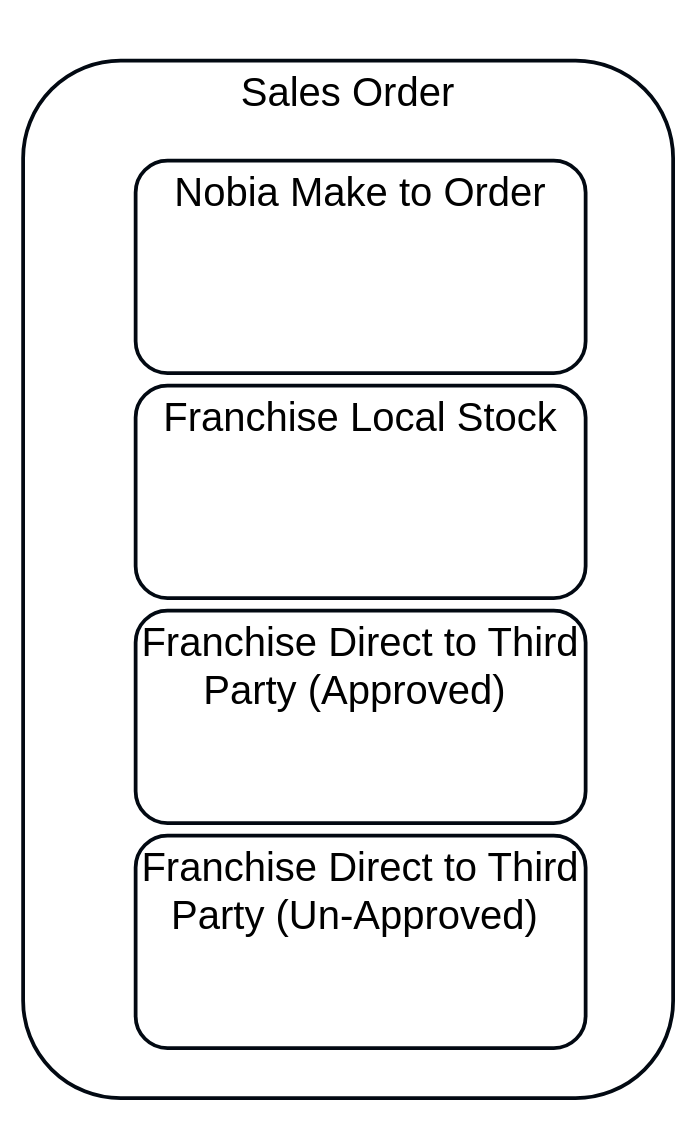
Above: page "Page-9" (13 of 13) of Franchise.drawio in mrf742002/Diagrams (draw.io), before the change. Source tidied: cells renumbered, new cells numbered last; positions are measured from the earlier drawing's top-left corner, leaving out a move shared by most shapes. Both pictures are drawn from the tidied source at 125%, with x=0, y=0 at pixel (22, 60).
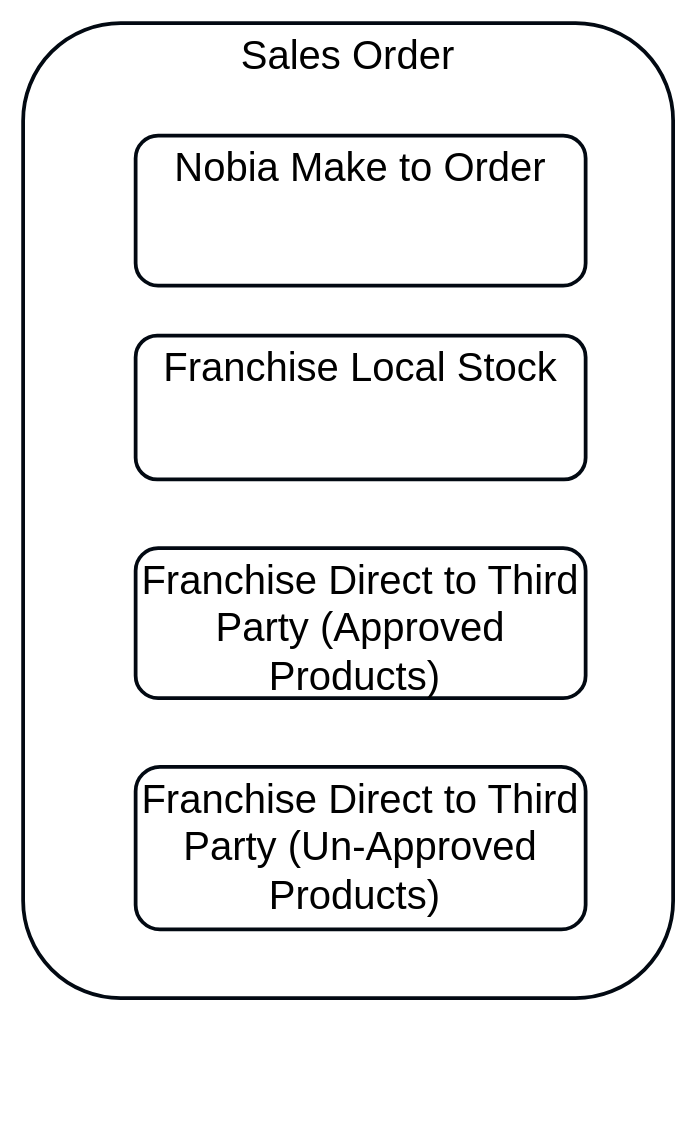
The same diagram, later.

What changed in the source:
```diff
@@
 <mxGraphModel>
   <root>
     <mxCell id="0" />
     <mxCell id="1" parent="0" />
     <mxCell id="2" value="&lt;font style=&quot;font-size: 32px&quot;&gt;Sales Order&lt;br&gt;&lt;/font&gt;" style="rounded=1;whiteSpace=wrap;html=1;verticalAlign=top;strokeWidth=3;strokeColor=#020912;" parent="1" vertex="1">
-      <mxGeometry width="520" height="830" as="geometry" />
+      <mxGeometry y="-30" width="520" height="780" as="geometry" />
     </mxCell>
     <mxCell id="3" value="&lt;font style=&quot;font-size: 32px&quot;&gt;Nobia Make to Order&lt;br&gt;&lt;/font&gt;" style="rounded=1;whiteSpace=wrap;html=1;verticalAlign=top;strokeWidth=3;strokeColor=#020912;" parent="1" vertex="1">
-      <mxGeometry x="90" y="80" width="360" height="170" as="geometry" />
+      <mxGeometry x="90" y="60" width="360" height="120" as="geometry" />
     </mxCell>
     <mxCell id="4" value="&lt;font style=&quot;font-size: 32px&quot;&gt;Franchise Local Stock&lt;br&gt;&lt;/font&gt;" style="rounded=1;whiteSpace=wrap;html=1;verticalAlign=top;strokeWidth=3;strokeColor=#020912;" parent="1" vertex="1">
-      <mxGeometry x="90" y="260" width="360" height="170" as="geometry" />
+      <mxGeometry x="90" y="220" width="360" height="115" as="geometry" />
     </mxCell>
-    <mxCell id="5" value="&lt;font style=&quot;font-size: 32px&quot;&gt;Franchise Direct to Third Party (Approved)&amp;nbsp;&lt;br&gt;&lt;/font&gt;" style="rounded=1;whiteSpace=wrap;html=1;verticalAlign=top;strokeWidth=3;strokeColor=#020912;" parent="1" vertex="1">
-      <mxGeometry x="90" y="440" width="360" height="170" as="geometry" />
+    <mxCell id="5" value="&lt;font style=&quot;font-size: 32px&quot;&gt;Franchise Direct to Third Party (Approved Products)&amp;nbsp;&lt;br&gt;&lt;/font&gt;" style="rounded=1;whiteSpace=wrap;html=1;verticalAlign=top;strokeWidth=3;strokeColor=#020912;" parent="1" vertex="1">
+      <mxGeometry x="90" y="390" width="360" height="120" as="geometry" />
     </mxCell>
-    <mxCell id="6" value="&lt;font style=&quot;font-size: 32px&quot;&gt;Franchise Direct to Third Party (Un-Approved)&amp;nbsp;&lt;br&gt;&lt;/font&gt;" style="rounded=1;whiteSpace=wrap;html=1;verticalAlign=top;strokeWidth=3;strokeColor=#020912;" parent="1" vertex="1">
-      <mxGeometry x="90" y="620" width="360" height="170" as="geometry" />
+    <mxCell id="6" value="&lt;font style=&quot;font-size: 32px&quot;&gt;Franchise Direct to Third Party (Un-Approved Products)&amp;nbsp;&lt;br&gt;&lt;/font&gt;" style="rounded=1;whiteSpace=wrap;html=1;verticalAlign=top;strokeWidth=3;strokeColor=#020912;" parent="1" vertex="1">
+      <mxGeometry x="90" y="565" width="360" height="130" as="geometry" />
     </mxCell>
   </root>
 </mxGraphModel>
```
